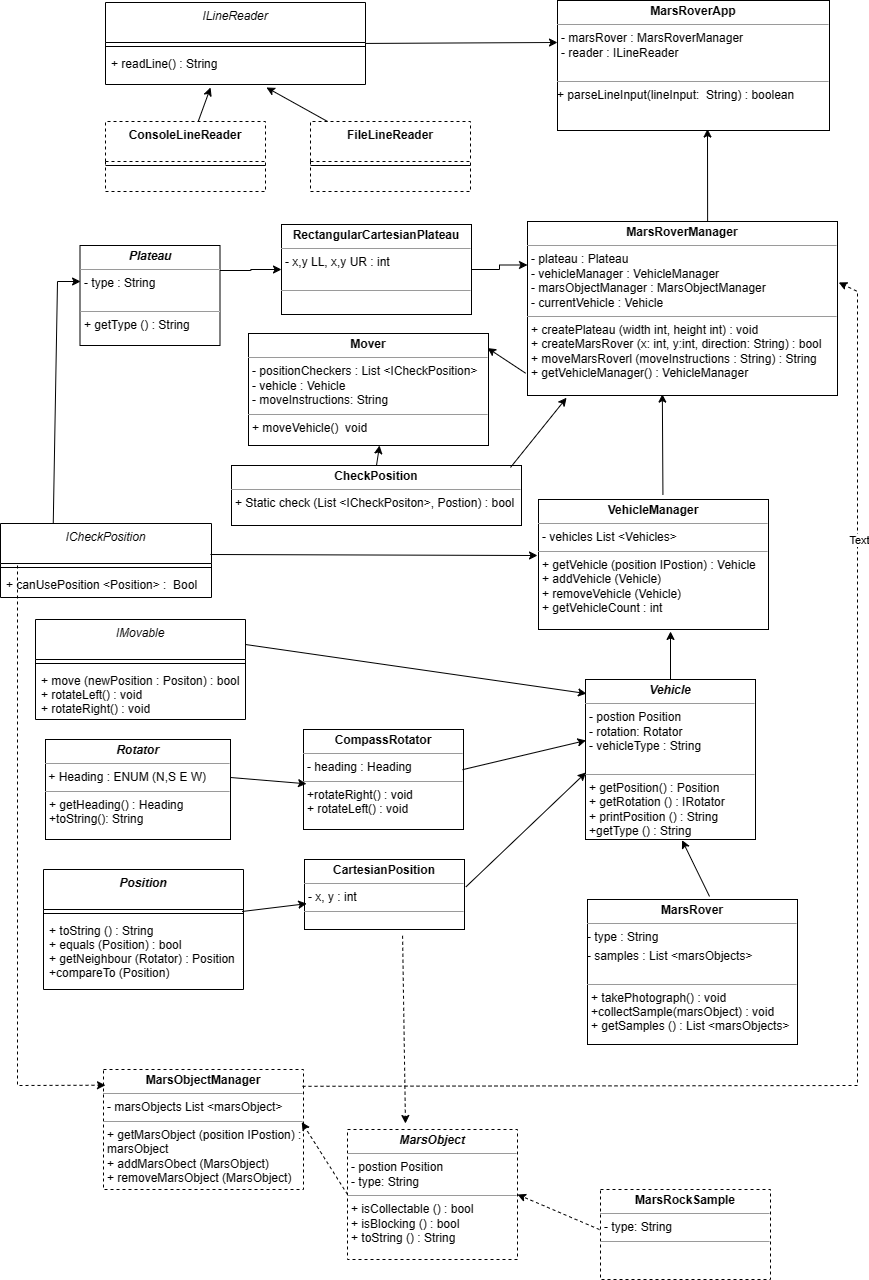
Earlier version of the draw.io export Docs/Melody Mars Rover UML v3.png (adeyatz/melody-mars-rover-app). Source tidied: cells renumbered, new cells last; positions are measured from the earlier drawing's top-left corner, leaving out a move shared by most shapes.
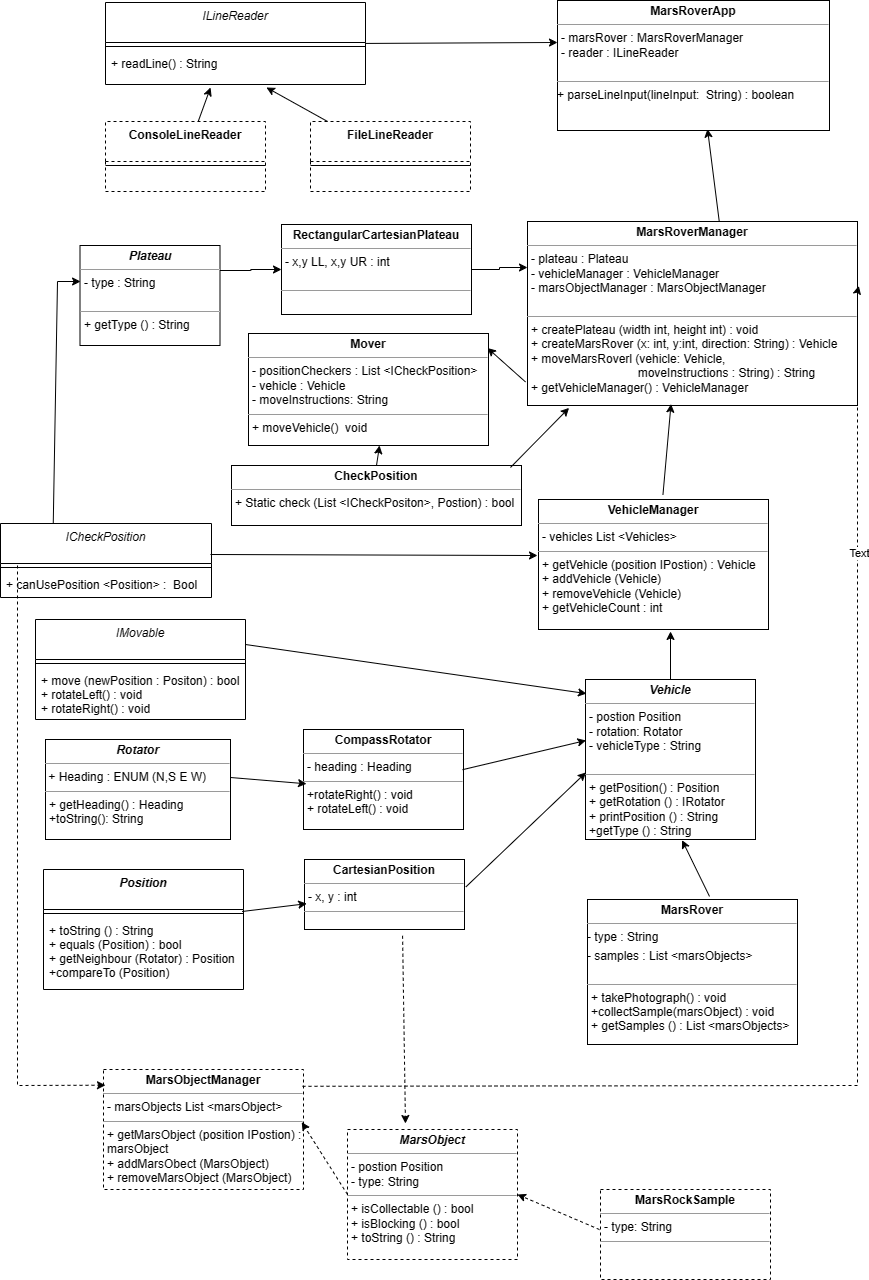
After the commit.

Commit message:
MarsRoverManager(): Impl. and test moveMarsRover() method

Diff of the diagram source:
```diff
@@ -29,8 +29,8 @@
     <mxCell id="10" value="&lt;p style=&quot;margin:0px;margin-top:4px;text-align:center;&quot;&gt;&lt;b&gt;&lt;i&gt;Vehicle&lt;/i&gt;&lt;/b&gt;&lt;/p&gt;&lt;hr size=&quot;1&quot;&gt;&lt;p style=&quot;margin:0px;margin-left:4px;&quot;&gt;- postion Position&lt;/p&gt;&lt;p style=&quot;margin:0px;margin-left:4px;&quot;&gt;- rotation: Rotator&lt;/p&gt;&lt;p style=&quot;margin:0px;margin-left:4px;&quot;&gt;- vehicleType : String&lt;/p&gt;&lt;p style=&quot;margin:0px;margin-left:4px;&quot;&gt;&lt;br&gt;&lt;/p&gt;&lt;hr size=&quot;1&quot;&gt;&lt;p style=&quot;margin:0px;margin-left:4px;&quot;&gt;+ getPosition() : Position&lt;/p&gt;&lt;p style=&quot;margin:0px;margin-left:4px;&quot;&gt;&lt;span style=&quot;background-color: initial;&quot;&gt;+ getRotation () : IRotator&lt;/span&gt;&lt;br&gt;&lt;/p&gt;&lt;p style=&quot;margin:0px;margin-left:4px;&quot;&gt;+ printPosition () : String&lt;/p&gt;&lt;p style=&quot;margin:0px;margin-left:4px;&quot;&gt;+getType () : String&lt;/p&gt;" style="verticalAlign=top;align=left;overflow=fill;fontSize=12;fontFamily=Helvetica;html=1;whiteSpace=wrap;" parent="1" vertex="1">
       <mxGeometry x="585" y="679" width="170" height="160" as="geometry" />
     </mxCell>
-    <mxCell id="11" value="&lt;p style=&quot;margin:0px;margin-top:4px;text-align:center;&quot;&gt;&lt;b&gt;MarsRoverManager&lt;/b&gt;&lt;/p&gt;&lt;hr size=&quot;1&quot;&gt;&lt;p style=&quot;margin:0px;margin-left:4px;&quot;&gt;- plateau : Plateau&lt;/p&gt;&lt;p style=&quot;margin:0px;margin-left:4px;&quot;&gt;- vehicleManager : VehicleManager&lt;br&gt;&lt;/p&gt;&lt;p style=&quot;margin:0px;margin-left:4px;&quot;&gt;- marsObjectManager : MarsObjectManager&lt;/p&gt;&lt;p style=&quot;margin:0px;margin-left:4px;&quot;&gt;- currentVehicle : Vehicle&lt;/p&gt;&lt;hr size=&quot;1&quot;&gt;&lt;p style=&quot;margin:0px;margin-left:4px;&quot;&gt;+ createPlateau (width int, height int) : void&lt;/p&gt;&lt;p style=&quot;margin:0px;margin-left:4px;&quot;&gt;+ createMarsRover (x: int, y:int, direction: String) : bool&lt;/p&gt;&lt;p style=&quot;margin:0px;margin-left:4px;&quot;&gt;+ moveMarsRoverl (moveInstructions : String) : String&lt;/p&gt;&lt;p style=&quot;margin:0px;margin-left:4px;&quot;&gt;+ getVehicleManager() : VehicleManager&lt;/p&gt;" style="verticalAlign=top;align=left;overflow=fill;fontSize=12;fontFamily=Helvetica;html=1;whiteSpace=wrap;" parent="1" vertex="1">
-      <mxGeometry x="527" y="221" width="310" height="174" as="geometry" />
+    <mxCell id="11" value="&lt;p style=&quot;margin:0px;margin-top:4px;text-align:center;&quot;&gt;&lt;b&gt;MarsRoverManager&lt;/b&gt;&lt;/p&gt;&lt;hr size=&quot;1&quot;&gt;&lt;p style=&quot;margin:0px;margin-left:4px;&quot;&gt;- plateau : Plateau&lt;/p&gt;&lt;p style=&quot;margin:0px;margin-left:4px;&quot;&gt;- vehicleManager : VehicleManager&lt;br&gt;&lt;/p&gt;&lt;p style=&quot;margin:0px;margin-left:4px;&quot;&gt;- marsObjectManager : MarsObjectManager&lt;/p&gt;&lt;p style=&quot;margin:0px;margin-left:4px;&quot;&gt;&lt;br&gt;&lt;/p&gt;&lt;hr size=&quot;1&quot;&gt;&lt;p style=&quot;margin:0px;margin-left:4px;&quot;&gt;+ createPlateau (width int, height int) : void&lt;/p&gt;&lt;p style=&quot;margin:0px;margin-left:4px;&quot;&gt;+ createMarsRover (x: int, y:int, direction: String) : Vehicle&lt;/p&gt;&lt;p style=&quot;margin:0px;margin-left:4px;&quot;&gt;+ moveMarsRoverl (vehicle: Vehicle,&amp;nbsp;&lt;/p&gt;&lt;p style=&quot;margin:0px;margin-left:4px;&quot;&gt;&lt;span style=&quot;white-space: pre;&quot;&gt;&#9;&lt;/span&gt;&lt;span style=&quot;white-space: pre;&quot;&gt;&#9;&lt;/span&gt;&lt;span style=&quot;white-space: pre;&quot;&gt;&#9;&lt;/span&gt;&lt;span style=&quot;white-space: pre;&quot;&gt;&#9;&lt;/span&gt;moveInstructions : String) : String&lt;/p&gt;&lt;p style=&quot;margin:0px;margin-left:4px;&quot;&gt;+ getVehicleManager() : VehicleManager&lt;/p&gt;" style="verticalAlign=top;align=left;overflow=fill;fontSize=12;fontFamily=Helvetica;html=1;whiteSpace=wrap;" parent="1" vertex="1">
+      <mxGeometry x="527" y="221" width="330" height="184" as="geometry" />
     </mxCell>
     <mxCell id="12" style="endArrow=classic;html=1;rounded=0;exitX=0.541;exitY=-0.035;exitDx=0;exitDy=0;exitPerimeter=0;entryX=0.435;entryY=0.992;entryDx=0;entryDy=0;entryPerimeter=0;" parent="1" edge="1" source="9" target="11">
       <mxGeometry relative="1" as="geometry" />
```
